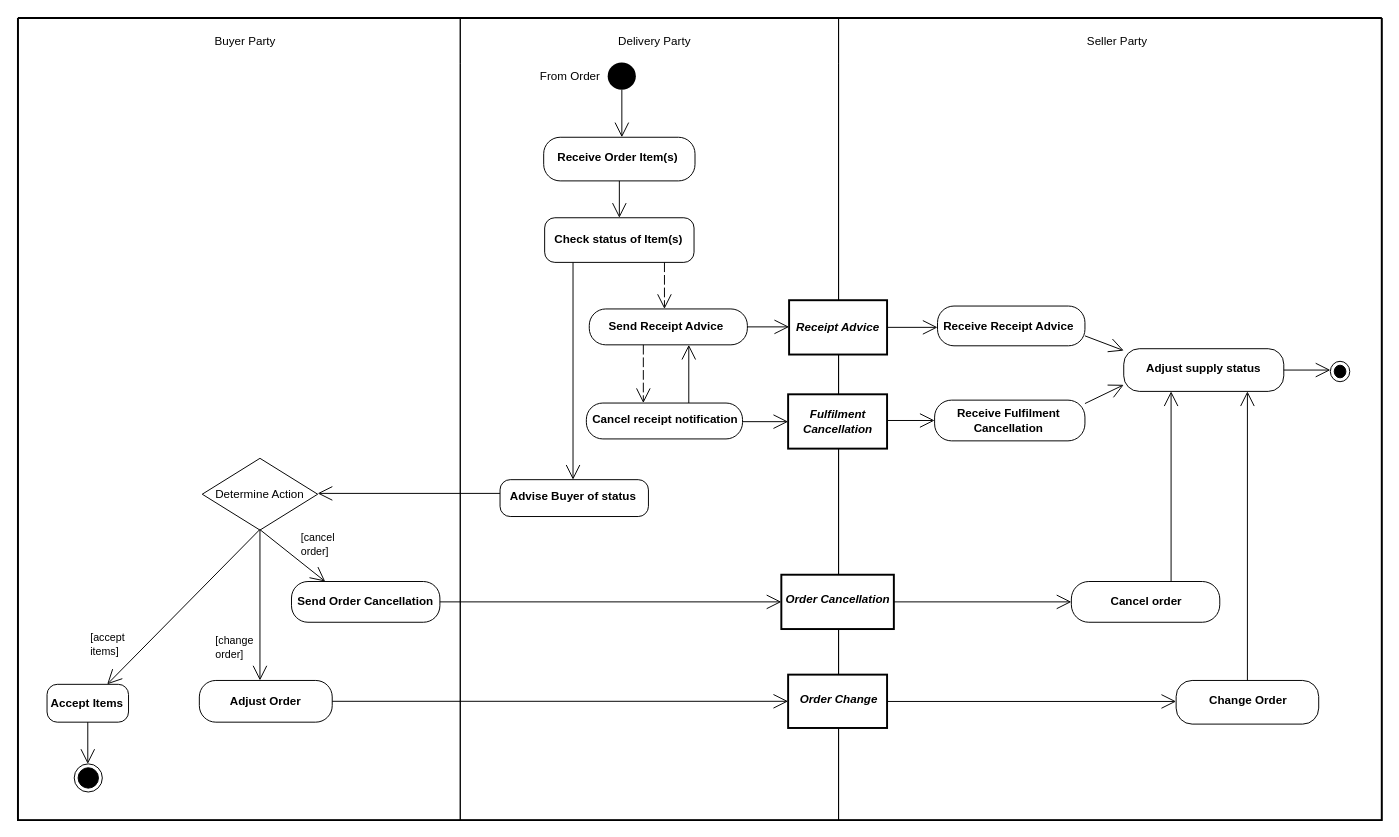
Above: diagrams/UBL-2.2-FulfilmentReceiptAdviceProcess/UBL-2.2-FulfilmentReceiptAdviceProcess.drawio in kduvekot/ubl-work-on-svg-images (draw.io), before the change. Source tidied: cells renumbered, new cells numbered last; positions are measured from the earlier drawing's top-left corner, leaving out a move shared by most shapes. Both pictures are drawn from the tidied source at 97%, with x=0, y=0 at pixel (17, 17).
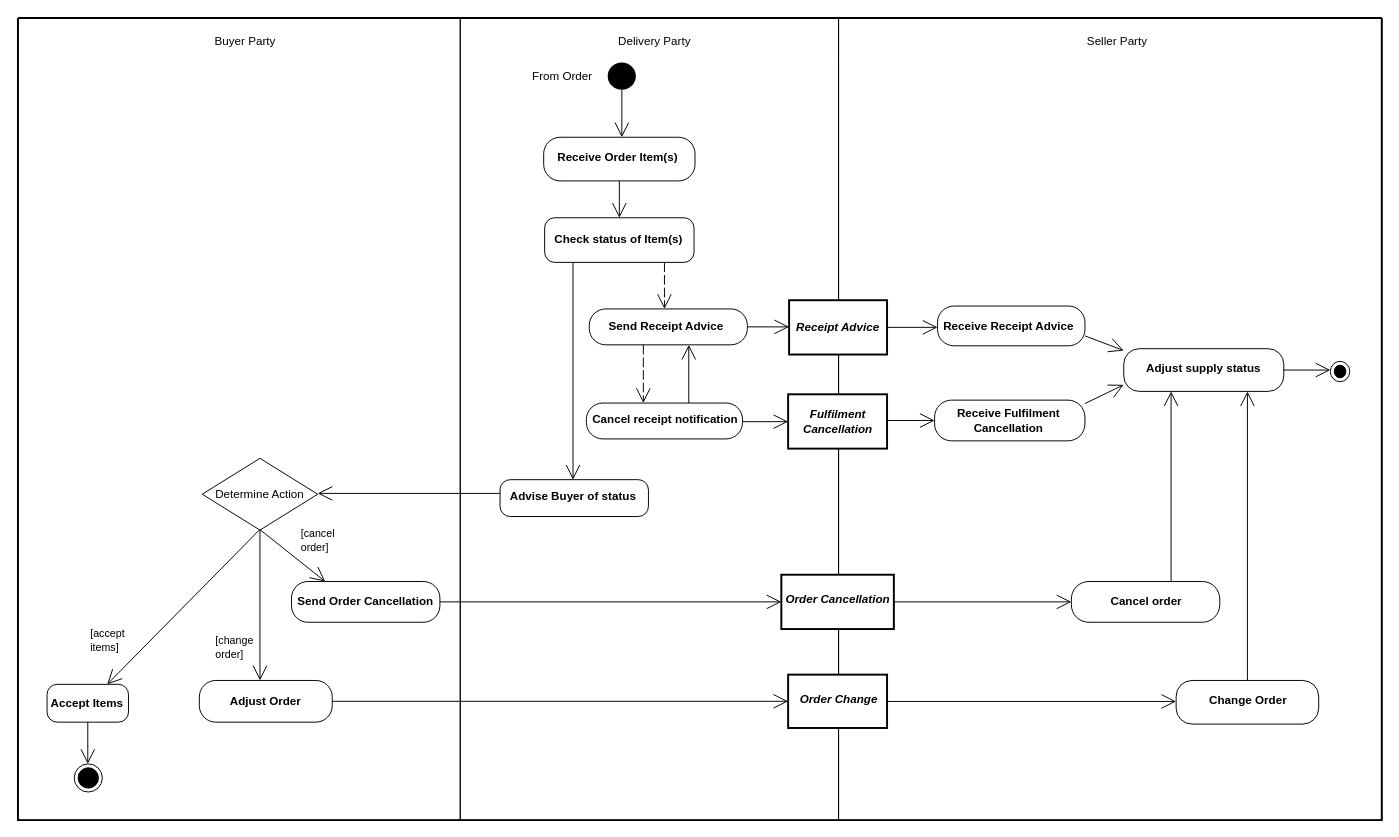
The same diagram, later.

The change refers to these unchanged cells:
```xml
<mxCell id="3" value="Buyer Party" style="swimlane;horizontal=1;startSize=47;swimlaneLine=0;html=1;fillColor=none;fontStyle=0;spacing=0;spacingLeft=12;" parent="2" vertex="1">
  <mxGeometry width="456" height="827" as="geometry" />
</mxCell>
<mxCell id="4" value="Delivery Party" style="swimlane;horizontal=1;startSize=47;swimlaneLine=0;html=1;fillColor=none;fontStyle=0;spacing=0;spacingLeft=10;" parent="2" vertex="1">
  <mxGeometry x="456" width="390" height="827" as="geometry" />
</mxCell>
<mxCell id="17" value="Determine Action" style="rhombus;html=1;whiteSpace=nowrap;fontStyle=0;align=center;verticalAlign=middle;spacing=0;spacingRight=1;spacingBottom=1;" parent="3" vertex="1">
  <mxGeometry x="190" y="454" width="119" height="74" as="geometry" />
</mxCell>
<mxCell id="20" value="Send Order Cancellation" style="rounded=1;absoluteArcSize=1;arcSize=34;html=1;whiteSpace=nowrap;fontStyle=1;align=center;verticalAlign=middle;spacing=0;spacingRight=1;spacingBottom=1;" parent="3" vertex="1">
  <mxGeometry x="282" y="581" width="153" height="42" as="geometry" />
</mxCell>
<mxCell id="25" value="Accept Items" style="rounded=1;absoluteArcSize=1;arcSize=21;html=1;whiteSpace=nowrap;fontStyle=1;align=center;verticalAlign=middle;spacing=0;spacingRight=2;" parent="3" vertex="1">
  <mxGeometry x="30" y="687" width="84" height="39" as="geometry" />
</mxCell>
```

What changed in the source:
```diff
@@
-    <mxCell id="6" value="From Order" style="ellipse;shape=startState;fillColor=#000000;strokeColor=none;html=1;whiteSpace=nowrap;fontStyle=0;align=center;verticalAlign=middle;spacing=0;spacingRight=108;spacingBottom=1;" parent="4" vertex="1">
+    <mxCell id="6" value="From Order" style="ellipse;shape=startState;fillColor=#000000;strokeColor=none;html=1;whiteSpace=nowrap;fontStyle=0;align=center;verticalAlign=middle;spacing=0;spacingRight=124;spacingBottom=1;" parent="4" vertex="1">
       <mxGeometry x="148" y="42" width="37" height="36" as="geometry" />
     </mxCell>
@@
     <mxCell id="43" value="[accept&lt;br&gt;items]" style="edgeStyle=none;rounded=0;html=1;endArrow=open;endFill=0;endSize=13;exitX=0.4987;exitY=0.9919;exitPerimeter=0;entryX=0.738095;entryY=0;entryPerimeter=0;fontStyle=0;align=left;verticalAlign=middle;labelBackgroundColor=none;" parent="3" edge="1" source="17" target="25">
       <mxGeometry x="0.86" relative="1" as="geometry">
-        <mxPoint x="-30" y="-30" as="offset" />
+        <mxPoint x="-30" y="-34" as="offset" />
       </mxGeometry>
     </mxCell>
@@
     <mxCell id="45" value="[cancel&lt;br&gt;order]" style="edgeStyle=none;rounded=0;html=1;endArrow=open;endFill=0;endSize=13;exitX=0.4987;exitY=0.9919;exitPerimeter=0;entryX=0.2272;entryY=0;entryPerimeter=0;fontStyle=0;align=left;verticalAlign=middle;labelBackgroundColor=none;" parent="3" edge="1" source="17" target="20">
       <mxGeometry x="-0.03" relative="1" as="geometry">
-        <mxPoint x="8" y="-11" as="offset" />
+        <mxPoint x="8" y="-15" as="offset" />
       </mxGeometry>
     </mxCell>
```
